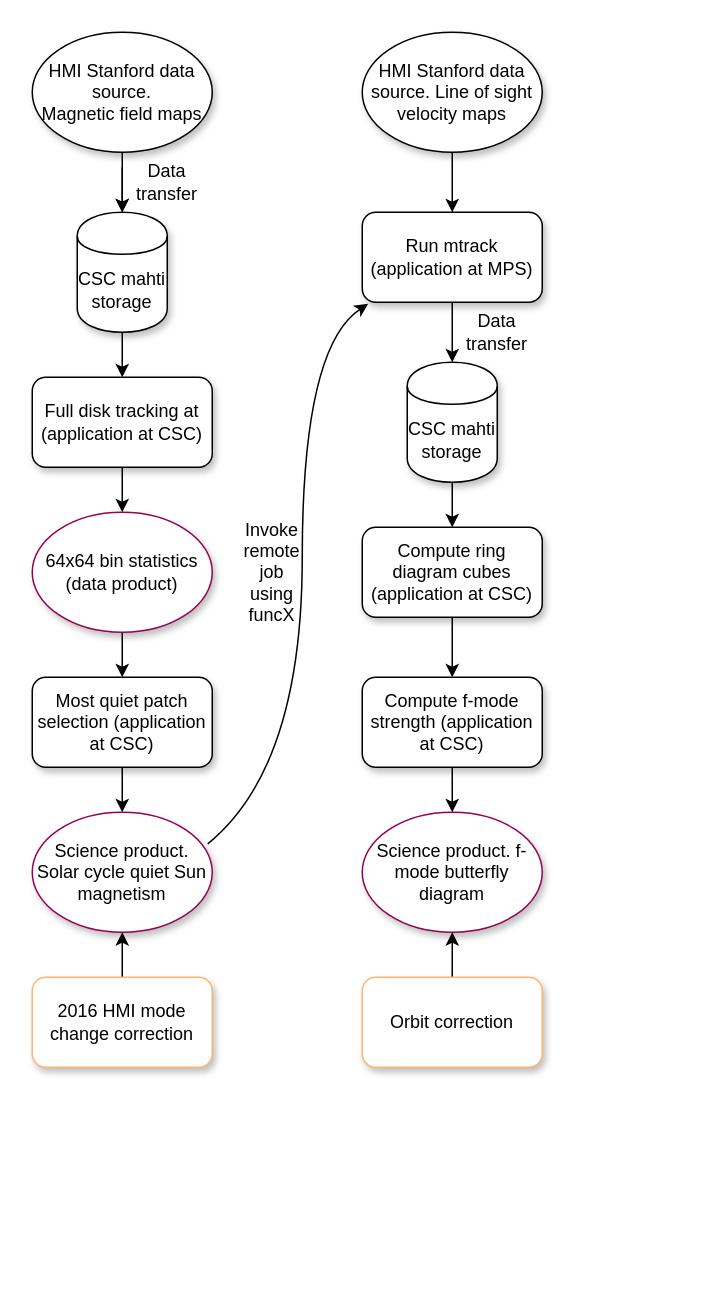
Earlier version of the draw.io diagram pipeline.drawio (alagg/quietsun-fmode). Source tidied: cells renumbered, new cells numbered last; positions are measured from the earlier drawing's top-left corner, leaving out a move shared by most shapes. Both pictures are drawn from the tidied source at 150%, with x=0, y=0 at pixel (32, 32).
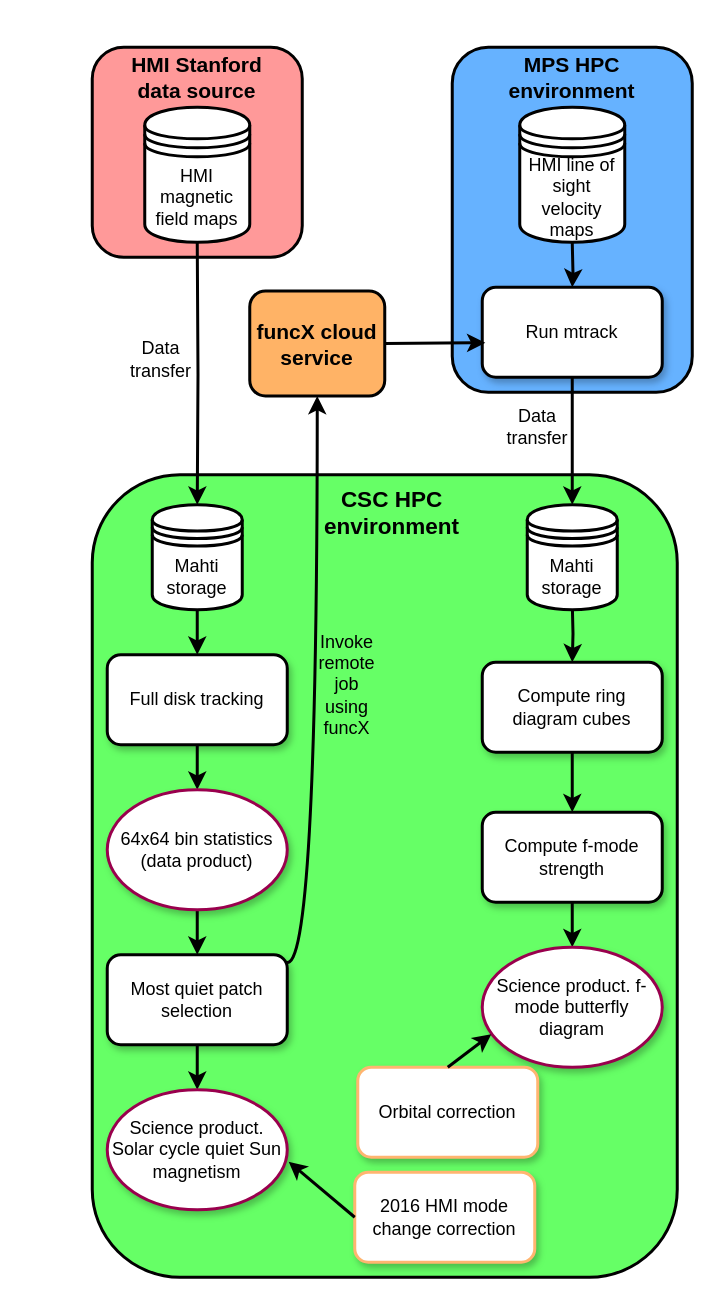
The same page after the edit.

Commit message (it also covers changes not shown here):
updated pipeline diagram

What changed in the source:
```diff
@@
+    <mxCell id="33" style="rounded=1;whiteSpace=wrap;html=1;strokeWidth=2;gradientColor=none;fillColor=#66B2FF;align=right;" parent="1" vertex="1">
+      <mxGeometry x="280" y="10" width="160" height="230" as="geometry" />
+    </mxCell>
+    <mxCell id="34" style="rounded=1;whiteSpace=wrap;html=1;strokeWidth=2;fillColor=#66FF66;gradientColor=none;comic=0;" parent="1" vertex="1">
+      <mxGeometry x="40" y="295" width="390" height="535" as="geometry" />
+    </mxCell>
+    <mxCell id="35" style="rounded=1;whiteSpace=wrap;html=1;strokeWidth=2;gradientColor=none;fillColor=#FF9999;align=right;" parent="1" vertex="1">
+      <mxGeometry x="40" y="10" width="140" height="140" as="geometry" />
+    </mxCell>
-    <mxCell id="2" style="edgeStyle=orthogonalEdgeStyle;rounded=0;jettySize=auto;html=1;" parent="1" edge="1" source="3" target="6">
-      <mxGeometry relative="1" as="geometry" />
+    <mxCell id="2" style="edgeStyle=orthogonalEdgeStyle;rounded=0;jettySize=auto;html=1;entryX=0.5;entryY=0;entryDx=0;entryDy=0;strokeWidth=2;" parent="1" edge="1" target="37">
+      <mxGeometry relative="1" as="geometry">
+        <mxPoint x="110" y="140" as="sourcePoint" />
+      </mxGeometry>
     </mxCell>
-    <mxCell id="3" value="&lt;div&gt;HMI Stanford data source.&lt;br&gt;&lt;/div&gt;&lt;div&gt;Magnetic field maps&lt;br&gt;&lt;/div&gt;" style="ellipse;whiteSpace=wrap;html=1;shadow=1;" parent="1" vertex="1">
-      <mxGeometry width="120" height="80" as="geometry" />
-    </mxCell>
-    <mxCell id="4" style="endArrow=classic;html=1;" parent="1" edge="1" target="6">
-      <mxGeometry relative="1" as="geometry">
-        <mxPoint x="60" y="90" as="sourcePoint" />
-      </mxGeometry>
-    </mxCell>
-    <mxCell id="5" style="edgeStyle=orthogonalEdgeStyle;rounded=0;jettySize=auto;html=1;exitX=0.5;exitY=1;exitDx=0;exitDy=0;entryX=0.5;entryY=0;entryDx=0;entryDy=0;" parent="1" edge="1" source="6" target="9">
-      <mxGeometry relative="1" as="geometry" />
+    <mxCell id="5" style="edgeStyle=orthogonalEdgeStyle;rounded=0;jettySize=auto;html=1;exitX=0.5;exitY=1;exitDx=0;exitDy=0;entryX=0.5;entryY=0;entryDx=0;entryDy=0;strokeWidth=2;" parent="1" edge="1" target="9">
+      <mxGeometry relative="1" as="geometry">
+        <mxPoint x="110" y="385" as="sourcePoint" />
+      </mxGeometry>
     </mxCell>
-    <mxCell id="6" value="CSC mahti storage" style="shape=cylinder;whiteSpace=wrap;html=1;boundedLbl=1;backgroundOutline=1;shadow=1;" parent="1" vertex="1">
-      <mxGeometry x="30" y="120" width="60" height="80" as="geometry" />
-    </mxCell>
-    <mxCell id="7" value="Data transfer" style="text;html=1;strokeColor=none;fillColor=none;align=center;verticalAlign=middle;whiteSpace=wrap;rounded=0;" parent="1" vertex="1">
-      <mxGeometry x="70" y="90" width="40" height="20" as="geometry" />
+    <mxCell id="7" value="&lt;div align=&quot;center&quot;&gt;Data transfer&lt;/div&gt;" style="text;html=1;strokeColor=none;fillColor=none;align=center;verticalAlign=middle;whiteSpace=wrap;rounded=0;" parent="1" vertex="1">
+      <mxGeometry x="66" y="207.5" width="40" height="20" as="geometry" />
     </mxCell>
-    <mxCell id="8" style="edgeStyle=orthogonalEdgeStyle;rounded=0;jettySize=auto;html=1;exitX=0.5;exitY=1;exitDx=0;exitDy=0;entryX=0.5;entryY=0;entryDx=0;entryDy=0;" parent="1" edge="1" source="9" target="11">
+    <mxCell id="8" style="edgeStyle=orthogonalEdgeStyle;rounded=0;jettySize=auto;html=1;exitX=0.5;exitY=1;exitDx=0;exitDy=0;entryX=0.5;entryY=0;entryDx=0;entryDy=0;strokeWidth=2;" parent="1" edge="1" source="9" target="11">
       <mxGeometry relative="1" as="geometry" />
     </mxCell>
-    <mxCell id="9" value="Full disk tracking at (application at CSC)" style="rounded=1;whiteSpace=wrap;html=1;shadow=1;" parent="1" vertex="1">
-      <mxGeometry y="230" width="120" height="60" as="geometry" />
+    <mxCell id="9" value="Full disk tracking" style="rounded=1;whiteSpace=wrap;html=1;shadow=1;strokeWidth=2;" parent="1" vertex="1">
+      <mxGeometry x="50" y="415" width="120" height="60" as="geometry" />
     </mxCell>
-    <mxCell id="10" style="edgeStyle=orthogonalEdgeStyle;rounded=0;jettySize=auto;html=1;entryX=0.5;entryY=0;entryDx=0;entryDy=0;" parent="1" edge="1" source="11" target="13">
+    <mxCell id="10" style="edgeStyle=orthogonalEdgeStyle;rounded=0;jettySize=auto;html=1;entryX=0.5;entryY=0;entryDx=0;entryDy=0;strokeWidth=2;" parent="1" edge="1" source="11" target="13">
       <mxGeometry relative="1" as="geometry" />
     </mxCell>
-    <mxCell id="11" value="64x64 bin statistics (data product)" style="ellipse;whiteSpace=wrap;html=1;strokeColor=#99004D;shadow=1;" parent="1" vertex="1">
-      <mxGeometry y="320" width="120" height="80" as="geometry" />
+    <mxCell id="11" value="64x64 bin statistics (data product)" style="ellipse;whiteSpace=wrap;html=1;strokeColor=#99004D;shadow=1;strokeWidth=2;" parent="1" vertex="1">
+      <mxGeometry x="50" y="505" width="120" height="80" as="geometry" />
     </mxCell>
-    <mxCell id="12" style="edgeStyle=orthogonalEdgeStyle;rounded=0;jettySize=auto;html=1;" parent="1" edge="1" source="13" target="14">
+    <mxCell id="12" style="edgeStyle=orthogonalEdgeStyle;rounded=0;jettySize=auto;html=1;strokeWidth=2;" parent="1" edge="1" source="13" target="14">
       <mxGeometry relative="1" as="geometry" />
     </mxCell>
-    <mxCell id="13" value="Most quiet patch selection (application at CSC)" style="rounded=1;whiteSpace=wrap;html=1;shadow=1;" parent="1" vertex="1">
-      <mxGeometry y="430" width="120" height="60" as="geometry" />
+    <mxCell id="13" value="Most quiet patch selection" style="rounded=1;whiteSpace=wrap;html=1;shadow=1;strokeWidth=2;" parent="1" vertex="1">
+      <mxGeometry x="50" y="615" width="120" height="60" as="geometry" />
     </mxCell>
-    <mxCell id="14" value="Science product. Solar cycle quiet Sun magnetism" style="ellipse;whiteSpace=wrap;html=1;shadow=1;strokeColor=#99004D;" parent="1" vertex="1">
-      <mxGeometry y="520" width="120" height="80" as="geometry" />
+    <mxCell id="14" value="Science product. Solar cycle quiet Sun magnetism" style="ellipse;whiteSpace=wrap;html=1;shadow=1;strokeColor=#99004D;strokeWidth=2;" parent="1" vertex="1">
+      <mxGeometry x="50" y="705" width="120" height="80" as="geometry" />
     </mxCell>
-    <mxCell id="15" style="edgeStyle=orthogonalEdgeStyle;rounded=0;jettySize=auto;html=1;" parent="1" edge="1" source="16" target="18">
-      <mxGeometry relative="1" as="geometry" />
+    <mxCell id="15" style="edgeStyle=orthogonalEdgeStyle;rounded=0;jettySize=auto;html=1;strokeWidth=2;" parent="1" edge="1" target="18">
+      <mxGeometry relative="1" as="geometry">
+        <mxPoint x="360" y="140" as="sourcePoint" />
+      </mxGeometry>
     </mxCell>
-    <mxCell id="16" value="HMI Stanford data source. Line of sight velocity maps" style="ellipse;whiteSpace=wrap;html=1;shadow=1;" parent="1" vertex="1">
-      <mxGeometry x="220" width="120" height="80" as="geometry" />
-    </mxCell>
-    <mxCell id="17" style="edgeStyle=orthogonalEdgeStyle;rounded=0;jettySize=auto;html=1;" parent="1" edge="1" source="18" target="20">
+    <mxCell id="17" style="edgeStyle=orthogonalEdgeStyle;rounded=0;jettySize=auto;html=1;strokeWidth=2;entryX=0.5;entryY=0;entryDx=0;entryDy=0;" parent="1" edge="1" source="18" target="36">
       <mxGeometry relative="1" as="geometry" />
     </mxCell>
-    <mxCell id="18" value="Run mtrack (application at MPS)" style="rounded=1;whiteSpace=wrap;html=1;shadow=1;" parent="1" vertex="1">
-      <mxGeometry x="220" y="120" width="120" height="60" as="geometry" />
+    <mxCell id="18" value="Run mtrack" style="rounded=1;whiteSpace=wrap;html=1;shadow=1;strokeWidth=2;" parent="1" vertex="1">
+      <mxGeometry x="300" y="170" width="120" height="60" as="geometry" />
     </mxCell>
-    <mxCell id="19" style="edgeStyle=orthogonalEdgeStyle;rounded=0;jettySize=auto;html=1;" parent="1" edge="1" source="20" target="23">
-      <mxGeometry relative="1" as="geometry" />
+    <mxCell id="19" style="edgeStyle=orthogonalEdgeStyle;rounded=0;jettySize=auto;html=1;strokeWidth=2;" parent="1" edge="1" target="23">
+      <mxGeometry relative="1" as="geometry">
+        <mxPoint x="360" y="380" as="sourcePoint" />
+      </mxGeometry>
     </mxCell>
-    <mxCell id="20" value="CSC mahti storage" style="shape=cylinder;whiteSpace=wrap;html=1;boundedLbl=1;backgroundOutline=1;shadow=1;" parent="1" vertex="1">
-      <mxGeometry x="250" y="220" width="60" height="80" as="geometry" />
-    </mxCell>
-    <mxCell id="21" value="Data transfer" style="text;html=1;strokeColor=none;fillColor=none;align=center;verticalAlign=middle;whiteSpace=wrap;rounded=0;" parent="1" vertex="1">
-      <mxGeometry x="290" y="190" width="40" height="20" as="geometry" />
+    <mxCell id="21" value="&lt;div align=&quot;center&quot;&gt;Data transfer&lt;/div&gt;" style="text;html=1;strokeColor=none;fillColor=none;align=center;verticalAlign=middle;whiteSpace=wrap;rounded=0;" parent="1" vertex="1">
+      <mxGeometry x="317" y="252.5" width="40" height="20" as="geometry" />
     </mxCell>
-    <mxCell id="22" style="edgeStyle=orthogonalEdgeStyle;rounded=0;jettySize=auto;html=1;" parent="1" edge="1" source="23" target="25">
+    <mxCell id="22" style="edgeStyle=orthogonalEdgeStyle;rounded=0;jettySize=auto;html=1;strokeWidth=2;" parent="1" edge="1" source="23" target="25">
       <mxGeometry relative="1" as="geometry" />
     </mxCell>
-    <mxCell id="23" value="Compute ring diagram cubes (application at CSC)" style="rounded=1;whiteSpace=wrap;html=1;shadow=1;" parent="1" vertex="1">
-      <mxGeometry x="220" y="330" width="120" height="60" as="geometry" />
+    <mxCell id="23" value="Compute ring diagram cubes" style="rounded=1;whiteSpace=wrap;html=1;shadow=1;strokeWidth=2;" parent="1" vertex="1">
+      <mxGeometry x="300" y="420" width="120" height="60" as="geometry" />
     </mxCell>
-    <mxCell id="24" style="edgeStyle=orthogonalEdgeStyle;rounded=0;jettySize=auto;html=1;" parent="1" edge="1" source="25" target="26">
+    <mxCell id="24" style="edgeStyle=orthogonalEdgeStyle;rounded=0;jettySize=auto;html=1;strokeWidth=2;" parent="1" edge="1" source="25" target="26">
       <mxGeometry relative="1" as="geometry" />
     </mxCell>
-    <mxCell id="25" value="Compute f-mode strength (application at CSC)" style="rounded=1;whiteSpace=wrap;html=1;shadow=1;" parent="1" vertex="1">
-      <mxGeometry x="220" y="430" width="120" height="60" as="geometry" />
+    <mxCell id="25" value="Compute f-mode strength" style="rounded=1;whiteSpace=wrap;html=1;shadow=1;strokeWidth=2;" parent="1" vertex="1">
+      <mxGeometry x="300" y="520" width="120" height="60" as="geometry" />
     </mxCell>
-    <mxCell id="26" value="Science product. f-mode butterfly diagram" style="ellipse;whiteSpace=wrap;html=1;strokeColor=#99004D;shadow=1;" parent="1" vertex="1">
-      <mxGeometry x="220" y="520" width="120" height="80" as="geometry" />
+    <mxCell id="26" value="Science product. f-mode butterfly diagram" style="ellipse;whiteSpace=wrap;html=1;strokeColor=#99004D;shadow=1;strokeWidth=2;" parent="1" vertex="1">
+      <mxGeometry x="300" y="610" width="120" height="80" as="geometry" />
     </mxCell>
+    <mxCell id="28" value="2016 HMI mode change correction" style="rounded=1;whiteSpace=wrap;html=1;strokeColor=#FFB570;shadow=1;strokeWidth=2;" parent="1" vertex="1">
+      <mxGeometry x="215" y="760" width="120" height="60" as="geometry" />
+    </mxCell>
+    <mxCell id="30" value="Invoke remote job using funcX" style="text;html=1;strokeColor=none;fillColor=none;align=center;verticalAlign=middle;whiteSpace=wrap;rounded=0;shadow=1;direction=south;" parent="1" vertex="1">
+      <mxGeometry x="200" y="415" width="20" height="40" as="geometry" />
+    </mxCell>
+    <mxCell id="32" value="Orbital correction" style="rounded=1;whiteSpace=wrap;html=1;shadow=1;strokeColor=#FFB570;strokeWidth=2;" parent="1" vertex="1">
+      <mxGeometry x="217" y="690" width="120" height="60" as="geometry" />
+    </mxCell>
+    <mxCell id="36" value="Mahti storage" style="shape=datastore;whiteSpace=wrap;html=1;rounded=1;comic=0;strokeWidth=2;fillColor=#FFFFFF;gradientColor=none;" parent="1" vertex="1">
+      <mxGeometry x="330" y="315" width="60" height="70" as="geometry" />
+    </mxCell>
+    <mxCell id="37" value="Mahti storage" style="shape=datastore;whiteSpace=wrap;html=1;rounded=1;comic=0;strokeWidth=2;fillColor=#FFFFFF;gradientColor=none;" parent="1" vertex="1">
+      <mxGeometry x="80" y="315" width="60" height="70" as="geometry" />
+    </mxCell>
+    <mxCell id="38" value="&lt;div style=&quot;font-size: 14px&quot; align=&quot;center&quot;&gt;&lt;font style=&quot;font-size: 14px&quot;&gt;&lt;b&gt;&lt;font style=&quot;font-size: 14px&quot;&gt;HMI Stanford &lt;br&gt;&lt;/font&gt;&lt;/b&gt;&lt;/font&gt;&lt;/div&gt;&lt;div style=&quot;font-size: 14px&quot; align=&quot;center&quot;&gt;&lt;font style=&quot;font-size: 14px&quot;&gt;&lt;b&gt;&lt;font style=&quot;font-size: 14px&quot;&gt;data source&lt;/font&gt;&lt;/b&gt;&lt;/font&gt;&lt;/div&gt;" style="text;html=1;strokeColor=none;fillColor=none;align=center;verticalAlign=middle;whiteSpace=wrap;rounded=0;comic=0;" parent="1" vertex="1">
+      <mxGeometry x="50" y="20" width="120" height="20" as="geometry" />
+    </mxCell>
+    <mxCell id="39" value="&lt;font style=&quot;font-size: 14px&quot;&gt;&lt;b&gt;MPS HPC environment&lt;/b&gt;&lt;/font&gt;" style="text;html=1;strokeColor=none;fillColor=none;align=center;verticalAlign=middle;whiteSpace=wrap;rounded=0;comic=0;" parent="1" vertex="1">
+      <mxGeometry x="300" y="20" width="120" height="20" as="geometry" />
+    </mxCell>
+    <mxCell id="40" value="&lt;div&gt;HMI line of sight velocity maps&lt;/div&gt;" style="shape=datastore;whiteSpace=wrap;html=1;rounded=1;comic=0;strokeWidth=2;fillColor=#FFFFFF;gradientColor=none;" parent="1" vertex="1">
+      <mxGeometry x="325" y="50" width="70" height="90" as="geometry" />
+    </mxCell>
+    <mxCell id="41" value="&lt;div&gt;HMI magnetic field maps&lt;/div&gt;" style="shape=datastore;whiteSpace=wrap;html=1;rounded=1;comic=0;strokeWidth=2;fillColor=#FFFFFF;gradientColor=none;" parent="1" vertex="1">
+      <mxGeometry x="75" y="50" width="70" height="90" as="geometry" />
+    </mxCell>
+    <mxCell id="42" value="&lt;div style=&quot;font-size: 15px&quot; align=&quot;center&quot;&gt;&lt;b&gt;CSC HPC environment&lt;/b&gt;&lt;/div&gt;" style="text;html=1;strokeColor=none;fillColor=none;align=center;verticalAlign=middle;whiteSpace=wrap;rounded=0;comic=0;" parent="1" vertex="1">
+      <mxGeometry x="200" y="300" width="80" height="40" as="geometry" />
+    </mxCell>
+    <mxCell id="31" style="endArrow=classic;html=1;strokeWidth=2;entryX=0.05;entryY=0.725;entryDx=0;entryDy=0;exitX=0.5;exitY=0;exitDx=0;exitDy=0;entryPerimeter=0;" parent="1" edge="1" source="32" target="26">
+      <mxGeometry relative="1" as="geometry" />
+    </mxCell>
-    <mxCell id="27" style="edgeStyle=orthogonalEdgeStyle;rounded=0;jettySize=auto;html=1;" parent="1" edge="1" source="28" target="14">
+    <mxCell id="27" style="endArrow=classic;html=1;strokeWidth=2;entryX=1.008;entryY=0.6;entryDx=0;entryDy=0;entryPerimeter=0;exitX=0;exitY=0.5;exitDx=0;exitDy=0;" parent="1" edge="1" source="28" target="14">
       <mxGeometry relative="1" as="geometry" />
     </mxCell>
-    <mxCell id="28" value="2016 HMI mode change correction" style="rounded=1;whiteSpace=wrap;html=1;strokeColor=#FFB570;shadow=1;" parent="1" vertex="1">
-      <mxGeometry y="630" width="120" height="60" as="geometry" />
-    </mxCell>
-    <mxCell id="29" style="curved=1;endArrow=classic;html=1;entryX=0.033;entryY=1.017;entryDx=0;entryDy=0;entryPerimeter=0;exitX=0.975;exitY=0.263;exitDx=0;exitDy=0;exitPerimeter=0;" parent="1" edge="1" source="14" target="18">
-      <mxGeometry relative="1" as="geometry">
-        <Array as="points">
-          <mxPoint x="180" y="490" />
-          <mxPoint x="180" y="210" />
-        </Array>
-      </mxGeometry>
-    </mxCell>
-    <mxCell id="30" value="Invoke remote job using funcX" style="text;html=1;strokeColor=none;fillColor=none;align=center;verticalAlign=middle;whiteSpace=wrap;rounded=0;shadow=1;direction=south;" parent="1" vertex="1">
-      <mxGeometry x="150" y="340" width="20" height="40" as="geometry" />
-    </mxCell>
-    <mxCell id="31" style="edgeStyle=orthogonalEdgeStyle;rounded=0;jettySize=auto;html=1;" parent="1" edge="1" source="32" target="26">
-      <mxGeometry relative="1" as="geometry" />
-    </mxCell>
-    <mxCell id="32" value="Orbit correction" style="rounded=1;whiteSpace=wrap;html=1;shadow=1;strokeColor=#FFB570;" parent="1" vertex="1">
-      <mxGeometry x="220" y="630" width="120" height="60" as="geometry" />
-    </mxCell>
+    <mxCell id="43" value="&lt;font style=&quot;font-size: 14px&quot;&gt;&lt;b&gt;funcX cloud service&lt;/b&gt;&lt;/font&gt;" style="rounded=1;whiteSpace=wrap;html=1;comic=0;strokeWidth=2;fillColor=#FFB366;gradientColor=none;" parent="1" vertex="1">
+      <mxGeometry x="145" y="172.5" width="90" height="70" as="geometry" />
+    </mxCell>
+    <mxCell id="44" style="curved=1;endArrow=classic;html=1;strokeWidth=2;entryX=0.5;entryY=1;entryDx=0;entryDy=0;exitX=0.992;exitY=0.083;exitDx=0;exitDy=0;exitPerimeter=0;" parent="1" edge="1" source="13" target="43">
+      <mxGeometry relative="1" as="geometry">
+        <Array as="points">
+          <mxPoint x="190" y="630" />
+        </Array>
+      </mxGeometry>
+    </mxCell>
+    <mxCell id="45" style="endArrow=classic;html=1;strokeWidth=2;exitX=1;exitY=0.5;exitDx=0;exitDy=0;entryX=0.017;entryY=0.617;entryDx=0;entryDy=0;entryPerimeter=0;" parent="1" edge="1" source="43" target="18">
+      <mxGeometry relative="1" as="geometry" />
+    </mxCell>
```
